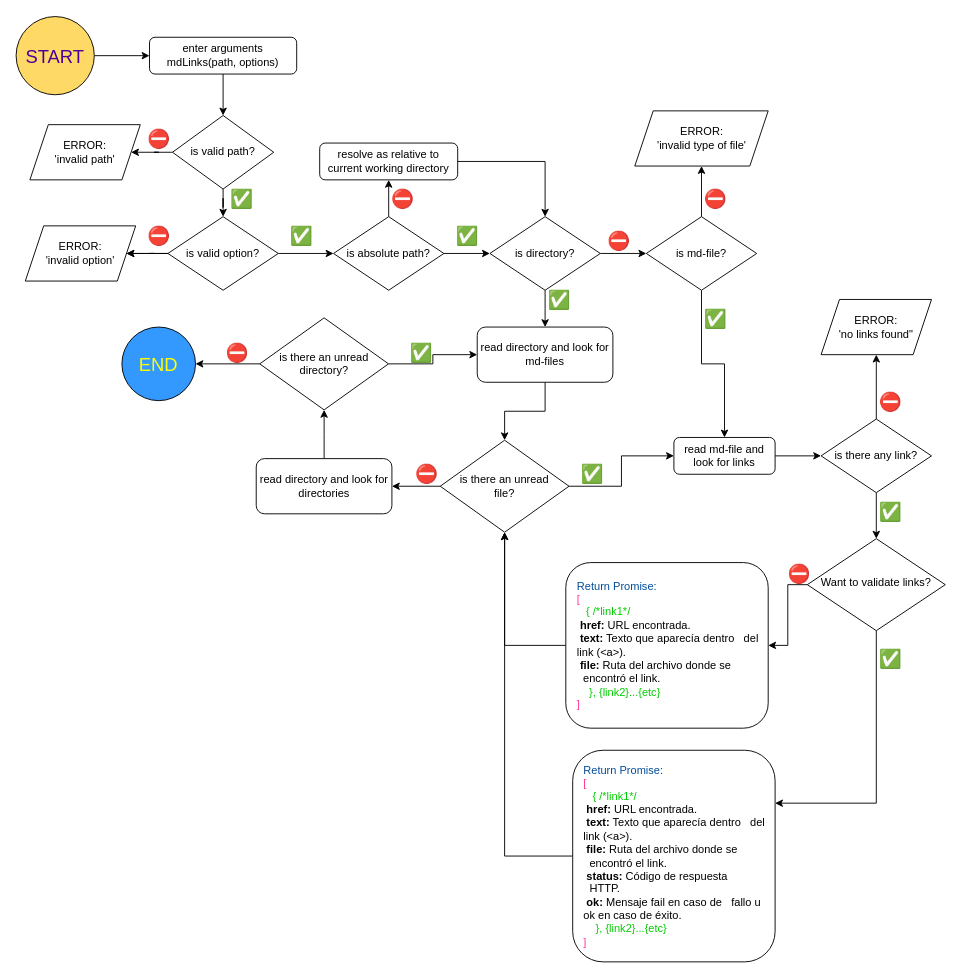
This is page "JS API" (1 of 3) of Diagrama-de-flujo.drawio from Psyderalis/DEV002-md-links, a draw.io file, before an edit. Source tidied: cells renumbered, new cells numbered last; positions are measured from the earlier drawing's top-left corner, leaving out a move shared by most shapes. Both pictures are drawn from the tidied source at 92%, with x=0, y=0 at pixel (16, 17).
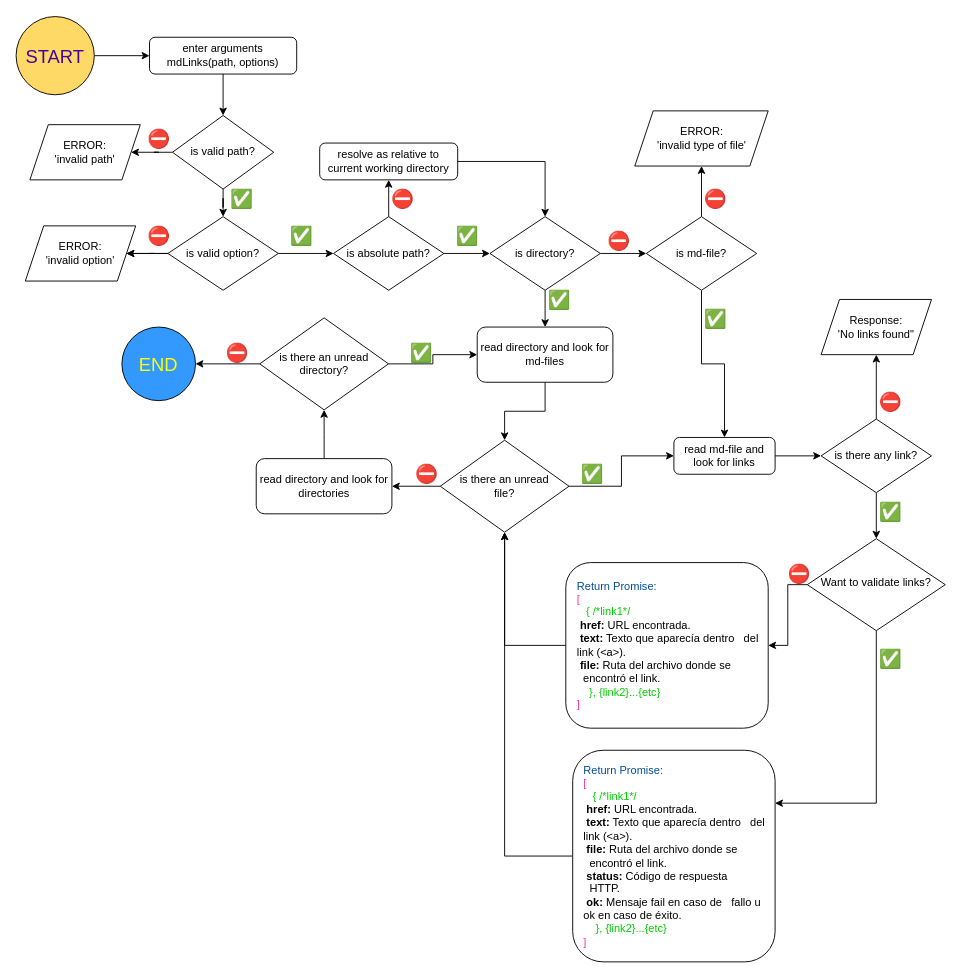
The same diagram, later.

The edit, as a diff of the source:
```diff
@@
-    <mxCell id="51" value="ERROR:&lt;br&gt;'no links found&quot;" style="shape=parallelogram;perimeter=parallelogramPerimeter;whiteSpace=wrap;html=1;fixedSize=1;shadow=0;strokeWidth=1;spacing=6;spacingTop=0;spacingLeft=5;spacingRight=5;" parent="1" vertex="1">
+    <mxCell id="51" value="Response:&lt;br&gt;'No links found&quot;" style="shape=parallelogram;perimeter=parallelogramPerimeter;whiteSpace=wrap;html=1;fixedSize=1;shadow=0;strokeWidth=1;spacing=6;spacingTop=0;spacingLeft=5;spacingRight=5;" parent="1" vertex="1">
       <mxGeometry x="875" y="307" width="120" height="60" as="geometry" />
     </mxCell>
```
